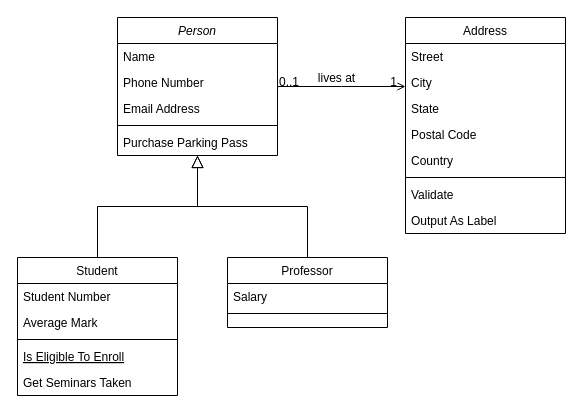
Earlier version of the draw.io diagram diagrams/Unbenanntes Diagramm.drawio (bso-hef/pcstore23). Source tidied: cells renumbered, new cells numbered last; positions are measured from the earlier drawing's top-left corner, leaving out a move shared by most shapes. Both pictures are drawn from the tidied source at 100%, with x=0, y=0 at pixel (17, 17).
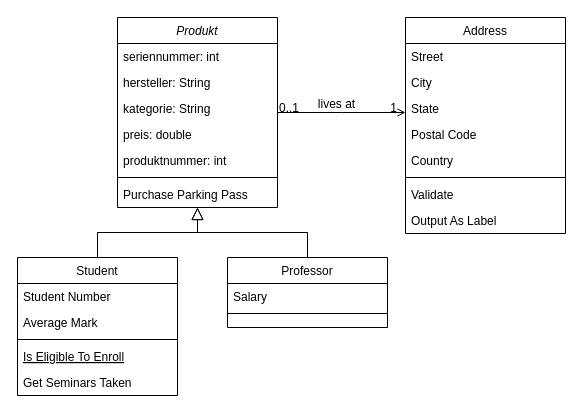
After the change.

The edit, as a diff of the source:
```diff
@@
-    <mxCell id="2" value="Person" style="swimlane;fontStyle=2;align=center;verticalAlign=top;horizontal=1;startSize=26;rounded=0;shadow=0;strokeWidth=1;" parent="1" vertex="1">
-      <mxGeometry x="100" width="160" height="138" as="geometry" />
+    <mxCell id="2" value="Produkt" style="swimlane;fontStyle=2;align=center;verticalAlign=top;horizontal=1;startSize=26;rounded=0;shadow=0;strokeWidth=1;" parent="1" vertex="1">
+      <mxGeometry x="100" width="160" height="190" as="geometry" />
     </mxCell>
-    <mxCell id="3" value="Name" style="text;align=left;verticalAlign=top;spacingLeft=4;spacingRight=4;overflow=hidden;" parent="2" vertex="1">
+    <mxCell id="3" value="seriennummer: int" style="text;align=left;verticalAlign=top;spacingLeft=4;spacingRight=4;overflow=hidden;" parent="2" vertex="1">
       <mxGeometry y="26" width="160" height="26" as="geometry" />
     </mxCell>
-    <mxCell id="4" value="Phone Number" style="text;align=left;verticalAlign=top;spacingLeft=4;spacingRight=4;overflow=hidden;rounded=0;shadow=0;html=0;" parent="2" vertex="1">
+    <mxCell id="4" value="hersteller: String" style="text;align=left;verticalAlign=top;spacingLeft=4;spacingRight=4;overflow=hidden;rounded=0;shadow=0;html=0;" parent="2" vertex="1">
       <mxGeometry y="52" width="160" height="26" as="geometry" />
     </mxCell>
-    <mxCell id="5" value="Email Address" style="text;align=left;verticalAlign=top;spacingLeft=4;spacingRight=4;overflow=hidden;rounded=0;shadow=0;html=0;" parent="2" vertex="1">
+    <mxCell id="5" value="kategorie: String" style="text;align=left;verticalAlign=top;spacingLeft=4;spacingRight=4;overflow=hidden;rounded=0;shadow=0;html=0;" parent="2" vertex="1">
       <mxGeometry y="78" width="160" height="26" as="geometry" />
     </mxCell>
+    <mxCell id="32" value="preis: double" style="text;align=left;verticalAlign=top;spacingLeft=4;spacingRight=4;overflow=hidden;rounded=0;shadow=0;html=0;" parent="2" vertex="1">
+      <mxGeometry y="104" width="160" height="26" as="geometry" />
+    </mxCell>
+    <mxCell id="33" value="produktnummer: int" style="text;align=left;verticalAlign=top;spacingLeft=4;spacingRight=4;overflow=hidden;rounded=0;shadow=0;html=0;" parent="2" vertex="1">
+      <mxGeometry y="130" width="160" height="26" as="geometry" />
+    </mxCell>
     <mxCell id="6" style="line;html=1;strokeWidth=1;align=left;verticalAlign=middle;spacingTop=-1;spacingLeft=3;spacingRight=3;labelPosition=right;" parent="2" vertex="1">
-      <mxGeometry y="104" width="160" height="8" as="geometry" />
+      <mxGeometry y="156" width="160" height="8" as="geometry" />
     </mxCell>
     <mxCell id="7" value="Purchase Parking Pass" style="text;align=left;verticalAlign=top;spacingLeft=4;spacingRight=4;overflow=hidden;" parent="2" vertex="1">
-      <mxGeometry y="112" width="160" height="26" as="geometry" />
+      <mxGeometry y="164" width="160" height="26" as="geometry" />
     </mxCell>
```
